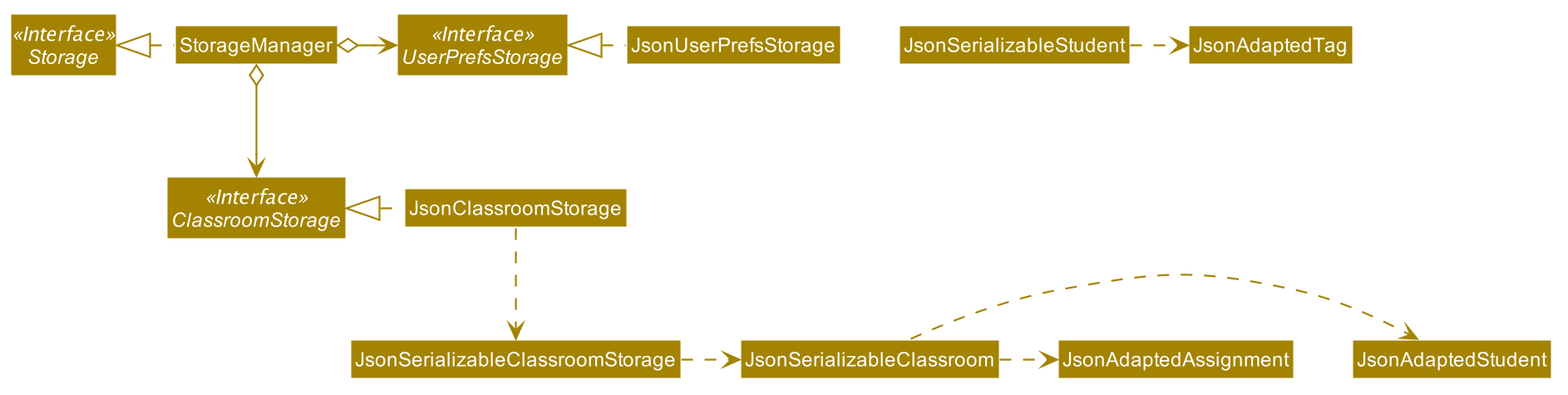
Earlier version of the PlantUML export images/StorageClassDiagram.png (AY1920S1-CS2103-T14-1/main). Its diagram source:
```plantuml
@startuml








skinparam BackgroundColor #FFFFFFF

skinparam Shadowing false

skinparam Class {
    FontColor #FFFFFF
    BorderThickness 1
    BorderColor #FFFFFF
    StereotypeFontColor #FFFFFF
    FontName Arial
}

skinparam Actor {
    BorderColor #000000
    Color #000000
    FontName Arial
}

skinparam Sequence {
    MessageAlign center
    BoxFontSize 15
    BoxPadding 0
    BoxFontColor #FFFFFF
    FontName Arial
}

skinparam Participant {
    FontColor #FFFFFFF
    Padding 20
}

skinparam MinClassWidth 50
skinparam ParticipantPadding 10
skinparam Shadowing false
skinparam DefaultTextAlignment center
skinparam packageStyle Rectangle

hide footbox
hide members
hide circle
skinparam arrowThickness 1.1
skinparam arrowColor #A38300
skinparam classBackgroundColor #A38300

Interface Storage <<Interface>>
Interface UserPrefsStorage <<Interface>>
Interface ClassroomStorage <<Interface>>

Class StorageManager
Class JsonUserPrefsStorage
Class JsonClassroomStorage

StorageManager .left.|> Storage
StorageManager o-right-> UserPrefsStorage
StorageManager o--> ClassroomStorage

JsonUserPrefsStorage .left.|> UserPrefsStorage
JsonClassroomStorage .left.|> ClassroomStorage
JsonClassroomStorage .down.> JsonSerializableClassroomStorage
JsonSerializableClassroomStorage .right.> JsonSerializableClassroom
JsonSerializableClassroom .right.> JsonAdaptedStudent
JsonSerializableClassroom .right.> JsonAdaptedAssignment
JsonSerializableStudent .right.> JsonAdaptedTag

@enduml
```
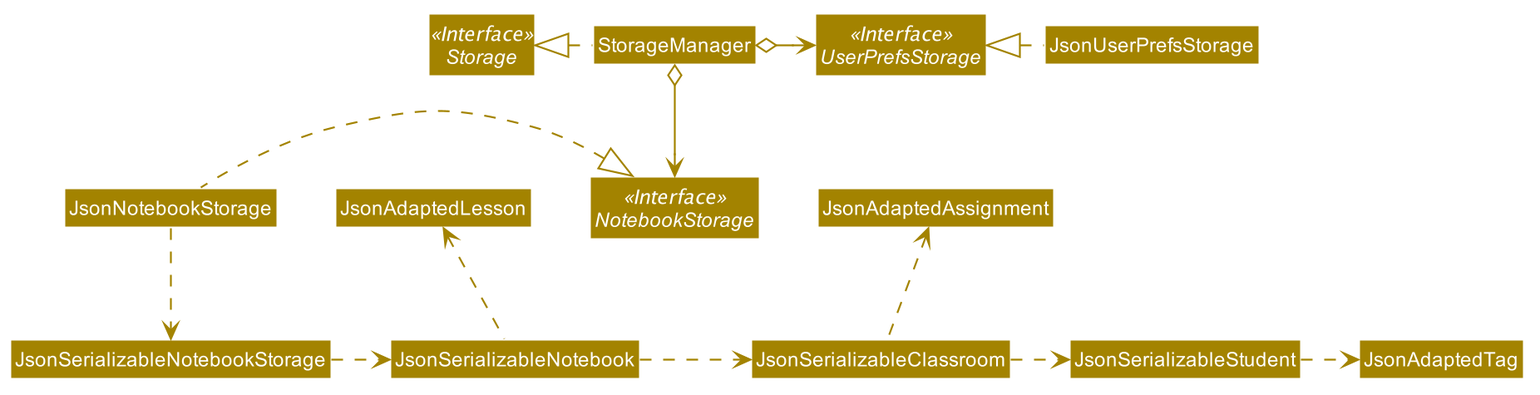
The same diagram one commit later.

Diff of the diagram source:
```diff
@@ -52,23 +52,27 @@
 skinparam classBackgroundColor #A38300
 
 Interface Storage <<Interface>>
+Interface NotebookStorage <<Interface>>
 Interface UserPrefsStorage <<Interface>>
-Interface ClassroomStorage <<Interface>>
 
 Class StorageManager
 Class JsonUserPrefsStorage
-Class JsonClassroomStorage
+Class JsonNotebookStorage
 
 StorageManager .left.|> Storage
 StorageManager o-right-> UserPrefsStorage
-StorageManager o--> ClassroomStorage
+StorageManager o--> NotebookStorage
 
 JsonUserPrefsStorage .left.|> UserPrefsStorage
-JsonClassroomStorage .left.|> ClassroomStorage
-JsonClassroomStorage .down.> JsonSerializableClassroomStorage
-JsonSerializableClassroomStorage .right.> JsonSerializableClassroom
-JsonSerializableClassroom .right.> JsonAdaptedStudent
-JsonSerializableClassroom .right.> JsonAdaptedAssignment
-JsonSerializableStudent .right.> JsonAdaptedTag
+JsonNotebookStorage .left.|> NotebookStorage
+JsonNotebookStorage .down.> JsonSerializableNotebookStorage
+JsonSerializableNotebookStorage .right.> JsonSerializableNotebook
+JsonSerializableNotebook .right.> JsonSerializableClassroom
+JsonSerializableNotebook .up.> JsonAdaptedLesson
+
+JsonSerializableClassroom .right.> JsonSerializableStudent
+JsonSerializableClassroom .up.> JsonAdaptedAssignment
+
+JsonSerializableStudent .right.>JsonAdaptedTag
 
 @enduml
```
